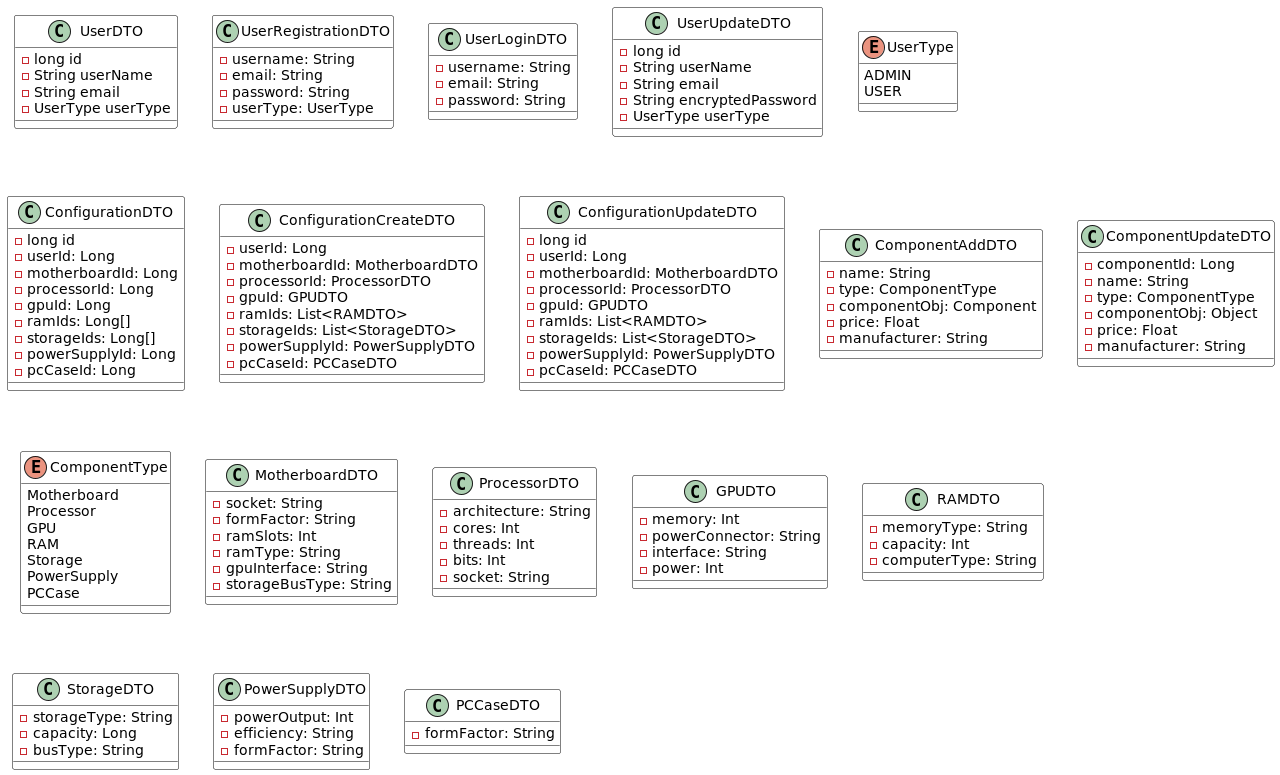
The PlantUML diagram docs/diagrams/images/class-dto.png in THEeLov/pc-builder, before a commit. The source it was exported from:
```plantuml
@startuml

skinparam class {
    BackgroundColor White
    ArrowColor Black
    BorderColor Black
}

class UserDTO {
  - long id
  - String userName
  - String email
  - UserType userType
}

class UserRegistrationDTO {
  - username: String
  - email: String
  - password: String
  - userType: UserType
}

class UserLoginDTO {
  - username: String
  - email: String
  - password: String
}

class UserUpdateDTO {
  - long id
  - String userName
  - String email
  - String encryptedPassword
  - UserType userType
}

enum UserType {
  ADMIN
  USER
}

class ConfigurationDTO {
  - long id
  - userId: Long
  - motherboardId: Long
  - processorId: Long
  - gpuId: Long
  - ramIds: Long[]
  - storageIds: Long[]
  - powerSupplyId: Long
  - pcCaseId: Long
}

class ConfigurationCreateDTO {
  - userId: Long
  - motherboardId: MotherboardDTO
  - processorId: ProcessorDTO
  - gpuId: GPUDTO
  - ramIds: List<RAMDTO>
  - storageIds: List<StorageDTO>
  - powerSupplyId: PowerSupplyDTO
  - pcCaseId: PCCaseDTO
}

class "ConfigurationUpdateDTO" {
  - long id
  - userId: Long
  - motherboardId: MotherboardDTO
  - processorId: ProcessorDTO
  - gpuId: GPUDTO
  - ramIds: List<RAMDTO>
  - storageIds: List<StorageDTO>
  - powerSupplyId: PowerSupplyDTO
  - pcCaseId: PCCaseDTO
}

class "ComponentAddDTO" {
  - name: String
  - type: ComponentType
  - componentObj: Component
  - price: Float
  - manufacturer: String
}

class "ComponentUpdateDTO" {
  - componentId: Long
  - name: String
  - type: ComponentType
  - componentObj: Object
  - price: Float
  - manufacturer: String
}

enum "ComponentType" {
  Motherboard
  Processor
  GPU
  RAM
  Storage
  PowerSupply
  PCCase
}

class "MotherboardDTO" {
  - socket: String
  - formFactor: String
  - ramSlots: Int
  - ramType: String
  - gpuInterface: String
  - storageBusType: String
}

class "ProcessorDTO" {
  - architecture: String
  - cores: Int
  - threads: Int
  - bits: Int
  - socket: String
}

class "GPUDTO" {
  - memory: Int
  - powerConnector: String
  - interface: String
  - power: Int
}

class "RAMDTO" {
  - memoryType: String
  - capacity: Int
  - computerType: String
}

class "StorageDTO" {
  - storageType: String
  - capacity: Long
  - busType: String
}

class "PowerSupplyDTO" {
  - powerOutput: Int
  - efficiency: String
  - formFactor: String
}

class "PCCaseDTO" {
  - formFactor: String
}

@enduml
```
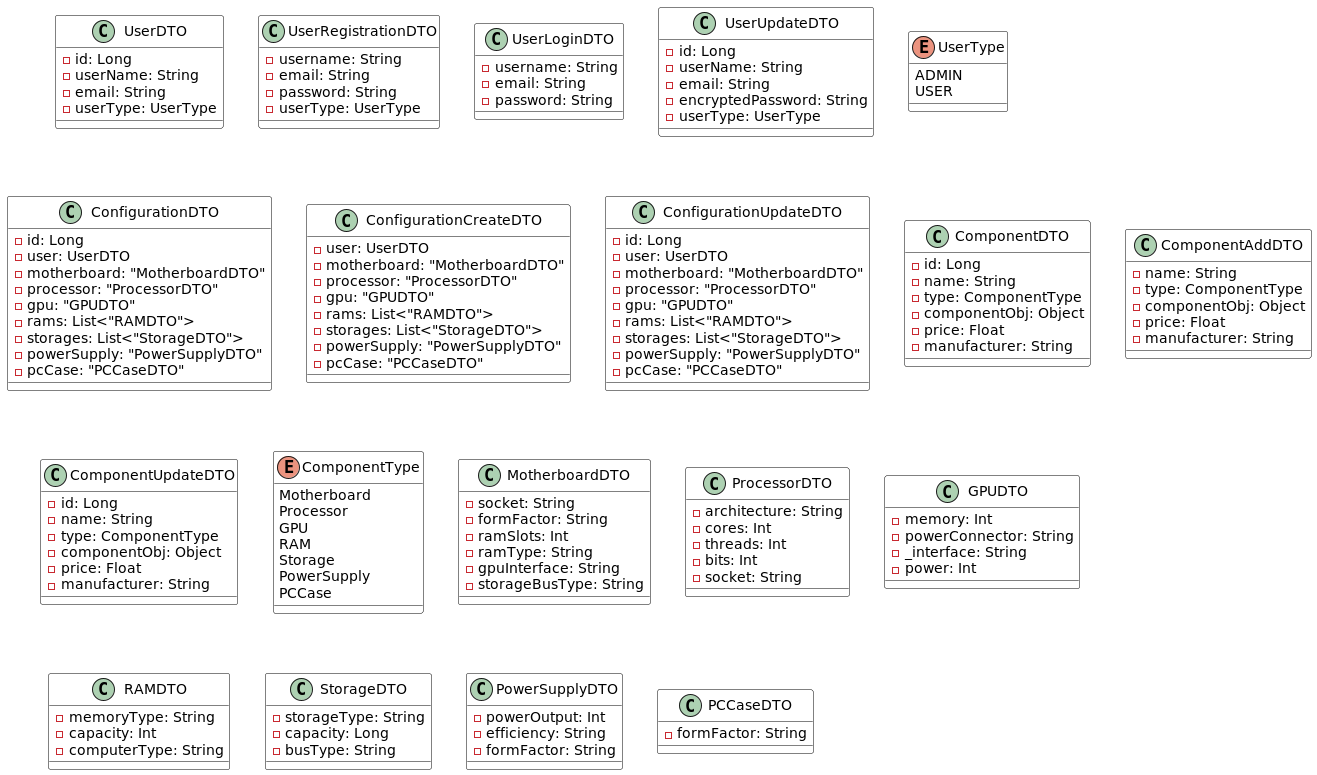
After the commit.

Commit message:
docs(diagrams): removed mistakes from DTO diagram, added Session into ERD diagram

Diff of the diagram source:
```diff
@@ -7,10 +7,10 @@
 }
 
 class UserDTO {
-  - long id
-  - String userName
-  - String email
-  - UserType userType
+  - id: Long
+  - userName: String
+  - email: String
+  - userType: UserType
 }
 
 class UserRegistrationDTO {
@@ -27,11 +27,11 @@
 }
 
 class UserUpdateDTO {
-  - long id
-  - String userName
-  - String email
-  - String encryptedPassword
-  - UserType userType
+  - id: Long
+  - userName: String
+  - email: String
+  - encryptedPassword: String
+  - userType: UserType
 }
 
 enum UserType {
@@ -40,50 +40,59 @@
 }
 
 class ConfigurationDTO {
-  - long id
-  - userId: Long
-  - motherboardId: Long
-  - processorId: Long
-  - gpuId: Long
-  - ramIds: Long[]
-  - storageIds: Long[]
-  - powerSupplyId: Long
-  - pcCaseId: Long
+  - id: Long
+  - user: UserDTO
+  - motherboard: "MotherboardDTO"
+  - processor: "ProcessorDTO"
+  - gpu: "GPUDTO"
+  - rams: List<"RAMDTO">
+  - storages: List<"StorageDTO">
+  - powerSupply: "PowerSupplyDTO"
+  - pcCase: "PCCaseDTO"
 }
 
 class ConfigurationCreateDTO {
-  - userId: Long
-  - motherboardId: MotherboardDTO
-  - processorId: ProcessorDTO
-  - gpuId: GPUDTO
-  - ramIds: List<RAMDTO>
-  - storageIds: List<StorageDTO>
-  - powerSupplyId: PowerSupplyDTO
-  - pcCaseId: PCCaseDTO
+  - user: UserDTO
+  - motherboard: "MotherboardDTO"
+  - processor: "ProcessorDTO"
+  - gpu: "GPUDTO"
+  - rams: List<"RAMDTO">
+  - storages: List<"StorageDTO">
+  - powerSupply: "PowerSupplyDTO"
+  - pcCase: "PCCaseDTO"
 }
 
 class "ConfigurationUpdateDTO" {
-  - long id
-  - userId: Long
-  - motherboardId: MotherboardDTO
-  - processorId: ProcessorDTO
-  - gpuId: GPUDTO
-  - ramIds: List<RAMDTO>
-  - storageIds: List<StorageDTO>
-  - powerSupplyId: PowerSupplyDTO
-  - pcCaseId: PCCaseDTO
+  - id: Long
+  - user: UserDTO
+  - motherboard: "MotherboardDTO"
+  - processor: "ProcessorDTO"
+  - gpu: "GPUDTO"
+  - rams: List<"RAMDTO">
+  - storages: List<"StorageDTO">
+  - powerSupply: "PowerSupplyDTO"
+  - pcCase: "PCCaseDTO"
+}
+
+class ComponentDTO {
+  - id: Long
+  - name: String
+  - type: ComponentType
+  - componentObj: Object
+  - price: Float
+  - manufacturer: String
 }
 
 class "ComponentAddDTO" {
   - name: String
   - type: ComponentType
-  - componentObj: Component
+  - componentObj: Object
   - price: Float
   - manufacturer: String
 }
 
 class "ComponentUpdateDTO" {
-  - componentId: Long
+  - id: Long
   - name: String
   - type: ComponentType
   - componentObj: Object
@@ -121,7 +130,7 @@
 class "GPUDTO" {
   - memory: Int
   - powerConnector: String
-  - interface: String
+  - _interface: String
   - power: Int
 }
 
```
